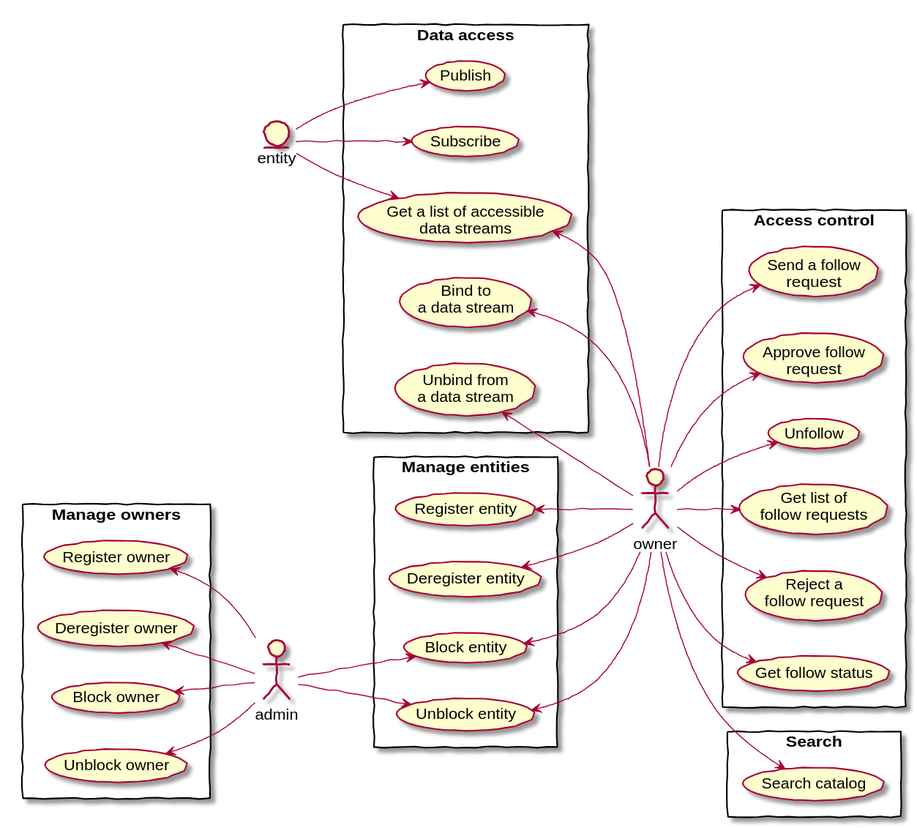
Earlier version of the PlantUML export DOCS/uc.svg (rbccps-iisc/corinthian).
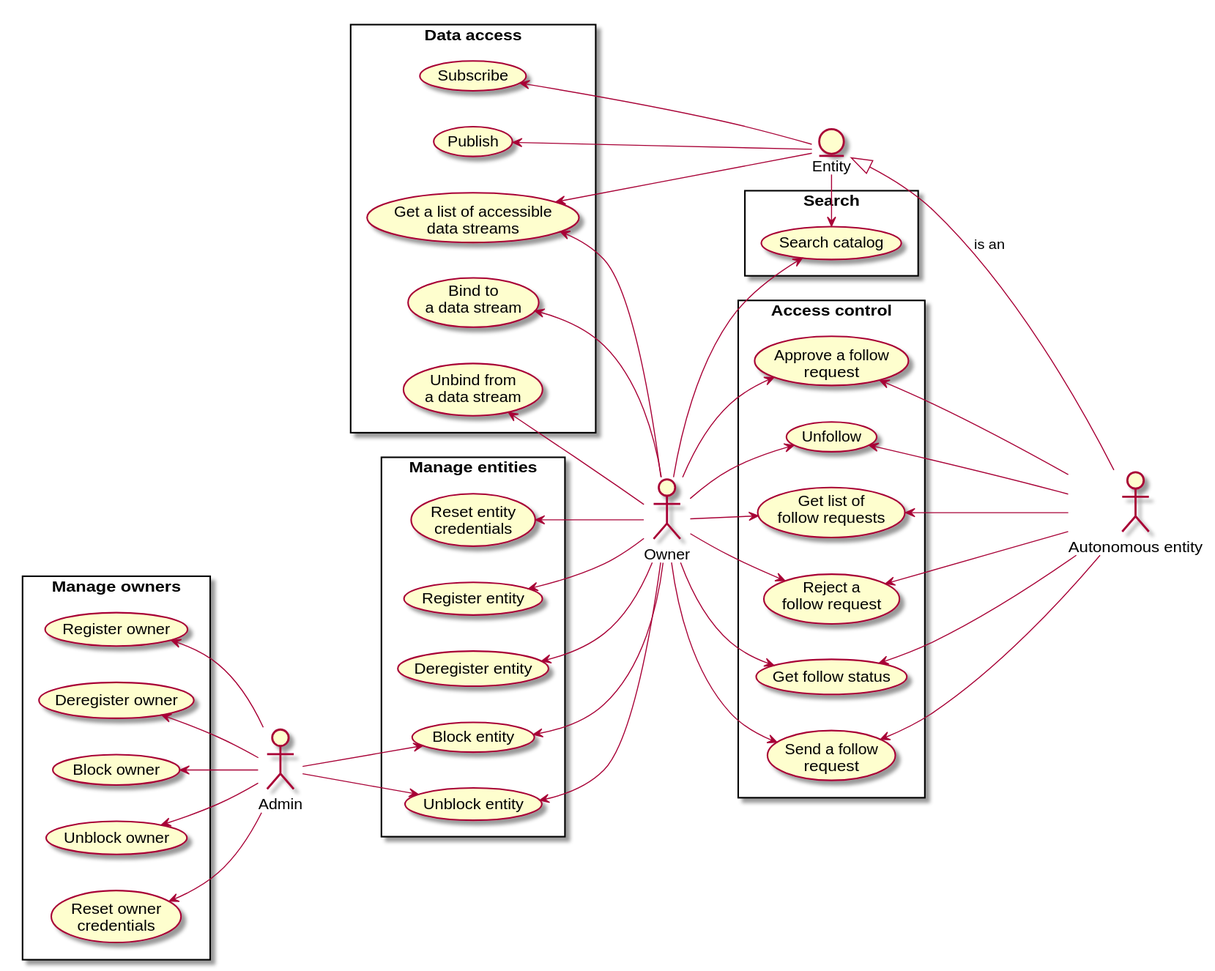
After the change.

Commit message:
[skip travis] update use case diagram

Change to the diagram source:
```diff
@@ -1,6 +1,8 @@
 @startuml
-skinparam handwritten true
 left to right direction
+
+actor owner as "Owner"
+actor admin as "Admin"
 
 rectangle "Manage owners" {
 
@@ -8,6 +10,8 @@
 	(Deregister owner)
 	(Block owner)
 	(Unblock owner)
+	(Reset owner\ncredentials)
+
 }
 
 rectangle "Manage entities" {
@@ -16,12 +20,13 @@
 	(Deregister entity)
 	(Block entity)
 	(Unblock entity)
+	(Reset entity\ncredentials)
 }
 
 rectangle "Access control" {
 
 	(Send a follow\nrequest)
-	(Approve follow\nrequest)
+	(Approve a follow\nrequest)
 	(Unfollow)
 	(Get list of\nfollow requests)
 	(Reject a\nfollow request)
@@ -32,10 +37,10 @@
 
 	(Publish)
 	(Subscribe)
-	(Get a list of accessible\ndata streams)
 
 	(Bind to\na data stream)
 	(Unbind from\n a data stream)
+	(Get a list of accessible\ndata streams)
 }
 
 rectangle "Search" {
@@ -47,19 +52,24 @@
 (Block owner) <-- admin
 (Deregister owner) <-- admin
 (Register owner) <-- admin
+(Reset owner\ncredentials) <-- admin
+
 
 admin --> (Unblock entity)
 admin --> (Block entity)
 
+
+(Reset entity\ncredentials) <-- owner
 (Register entity) <-- owner
 (Deregister entity) <-- owner
 (Unblock entity) <-- owner
 (Block entity) <-- owner
 
 
-owner --> (Approve follow\nrequest)
+owner --> (Approve a follow\nrequest)
 owner --> (Send a follow\nrequest)
 owner --> (Unfollow)
+
 
 (Bind to\na data stream) <-- owner
 (Unbind from\n a data stream) <-- owner
@@ -71,9 +81,20 @@
 
 owner --> (Search catalog)
 
-entity entity
+entity entity as "Entity"
 
-entity --> (Publish)
-entity --> (Subscribe)
-entity --> (Get a list of accessible\ndata streams)
+(Publish) <-- entity
+(Subscribe) <-- entity
+(Get a list of accessible\ndata streams) <-- entity
+(Search catalog) <- entity
+
+actor "Autonomous entity" as a
+entity <|-- a : is an
+
+(Send a follow\nrequest) <--- a
+(Approve a follow\nrequest) <--- a
+(Reject a\nfollow request) <--- a
+(Get follow status) <--- a
+(Unfollow) <--- a
+(Get list of\nfollow requests) <--- a
 @enduml
```
